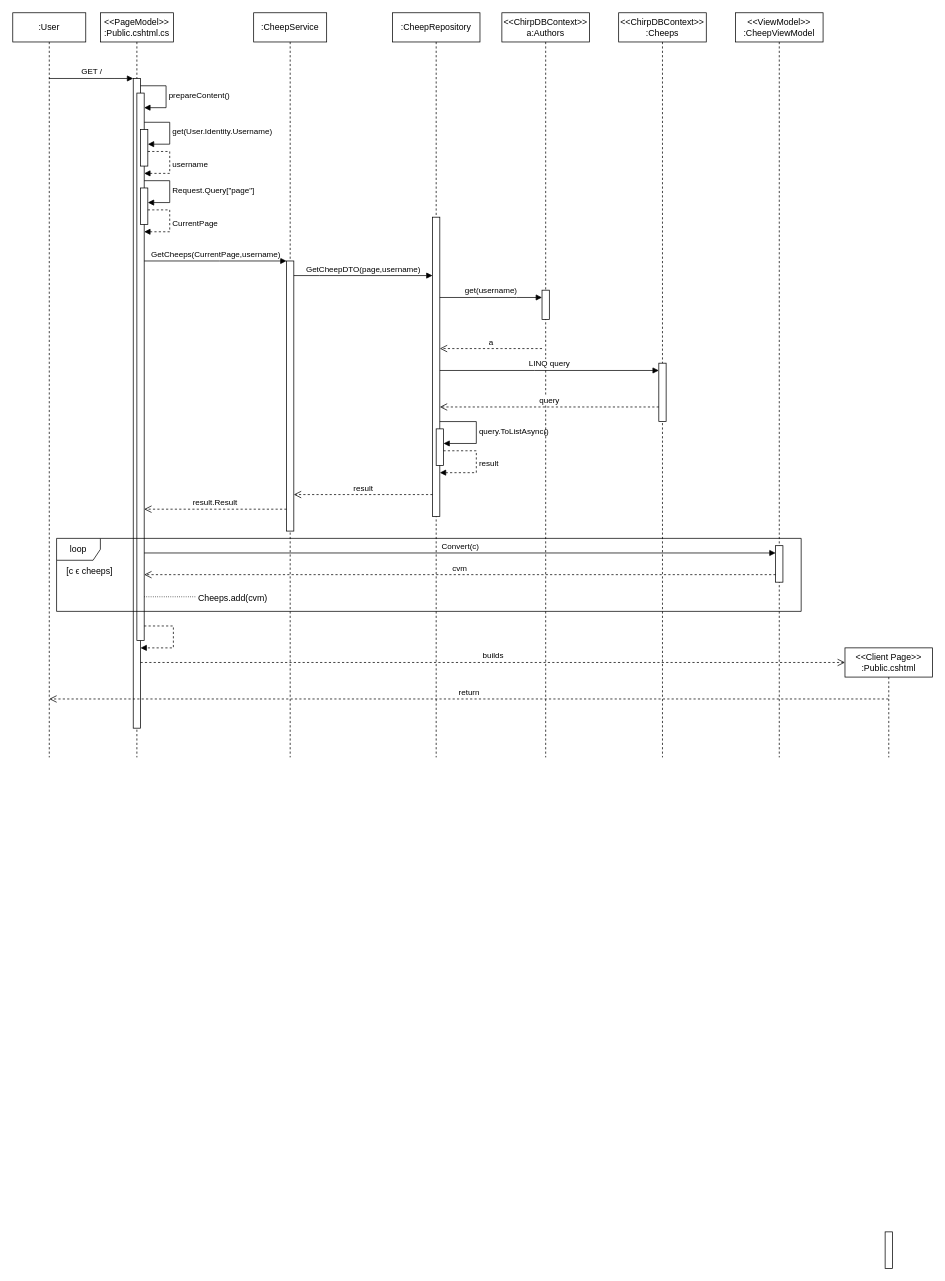
Before: docs/diagrams/Sequence diagram.drawio in ITU-BDSA2024-GROUP19/Chirp, a draw.io diagram. Source tidied: cells renumbered, new cells numbered last; positions are measured from the earlier drawing's top-left corner, leaving out a move shared by most shapes. Both pictures are drawn from the tidied source at 73%, with x=0, y=0 at pixel (12, 12).
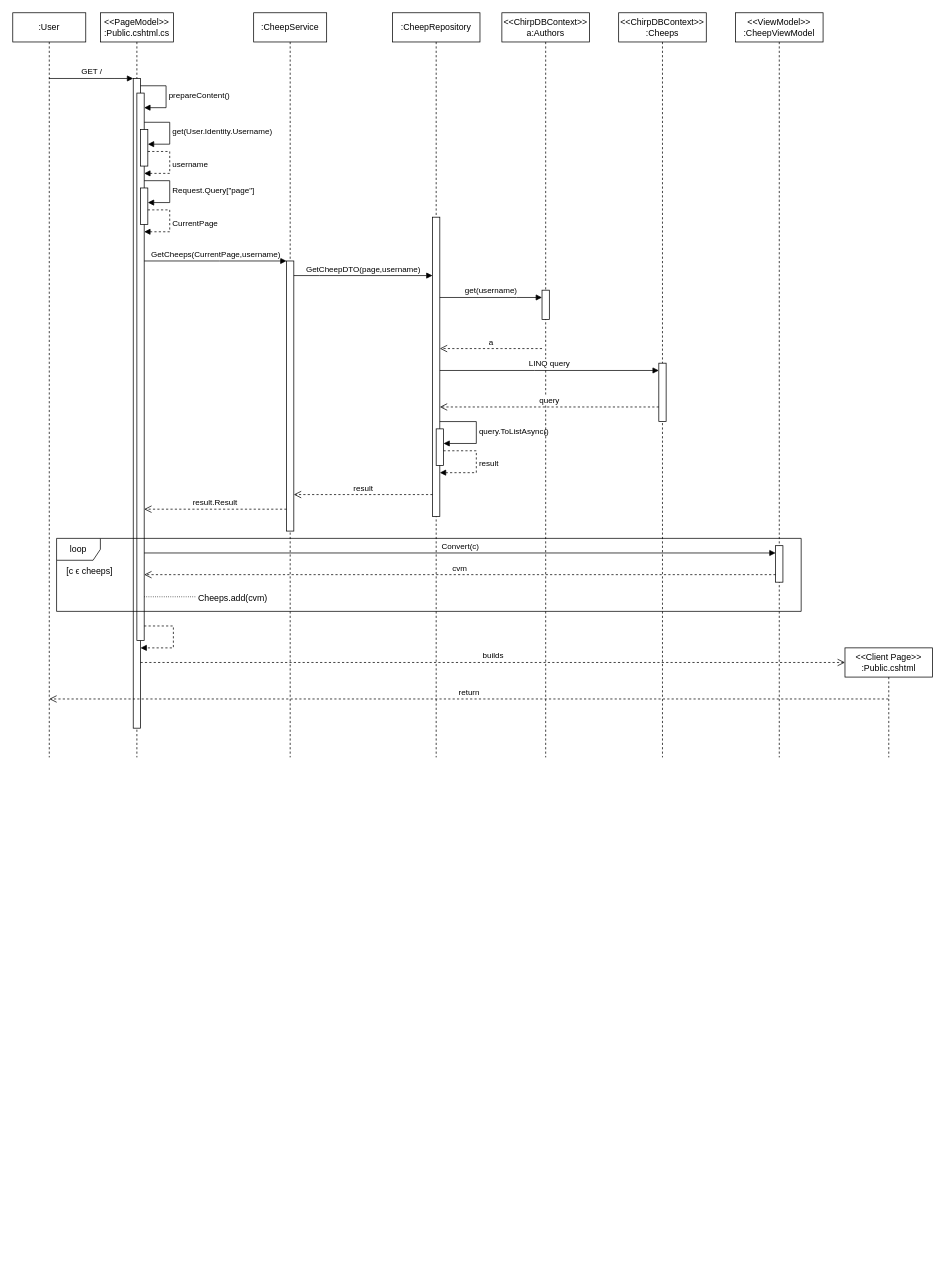
After the change.

Commit message (it also covers changes not shown here):
cropped the sequence diagram and added the new image

The change refers to these unchanged cells:
```xml
<mxCell id="32" value="&amp;lt;&amp;lt;Client Page&amp;gt;&amp;gt;&lt;div&gt;:Public.cshtml&lt;/div&gt;" style="shape=umlLifeline;perimeter=lifelinePerimeter;whiteSpace=wrap;html=1;newEdgeStyle={&quot;edgeStyle&quot;:&quot;elbowEdgeStyle&quot;,&quot;elbow&quot;:&quot;vertical&quot;,&quot;curved&quot;:0,&quot;rounded&quot;:0};" parent="1" vertex="1">
  <mxGeometry x="1140" y="870" width="120" height="150" as="geometry" />
</mxCell>
```

Diff of the diagram source:
```diff
@@
-    <mxCell id="33" style="html=1;perimeter=orthogonalPerimeter;targetShapes=umlLifeline;newEdgeStyle={&quot;edgeStyle&quot;:&quot;elbowEdgeStyle&quot;,&quot;elbow&quot;:&quot;vertical&quot;,&quot;curved&quot;:0,&quot;rounded&quot;:0};" parent="32" vertex="1">
-      <mxGeometry x="55" y="800" width="10" height="50" as="geometry" />
-    </mxCell>
```
